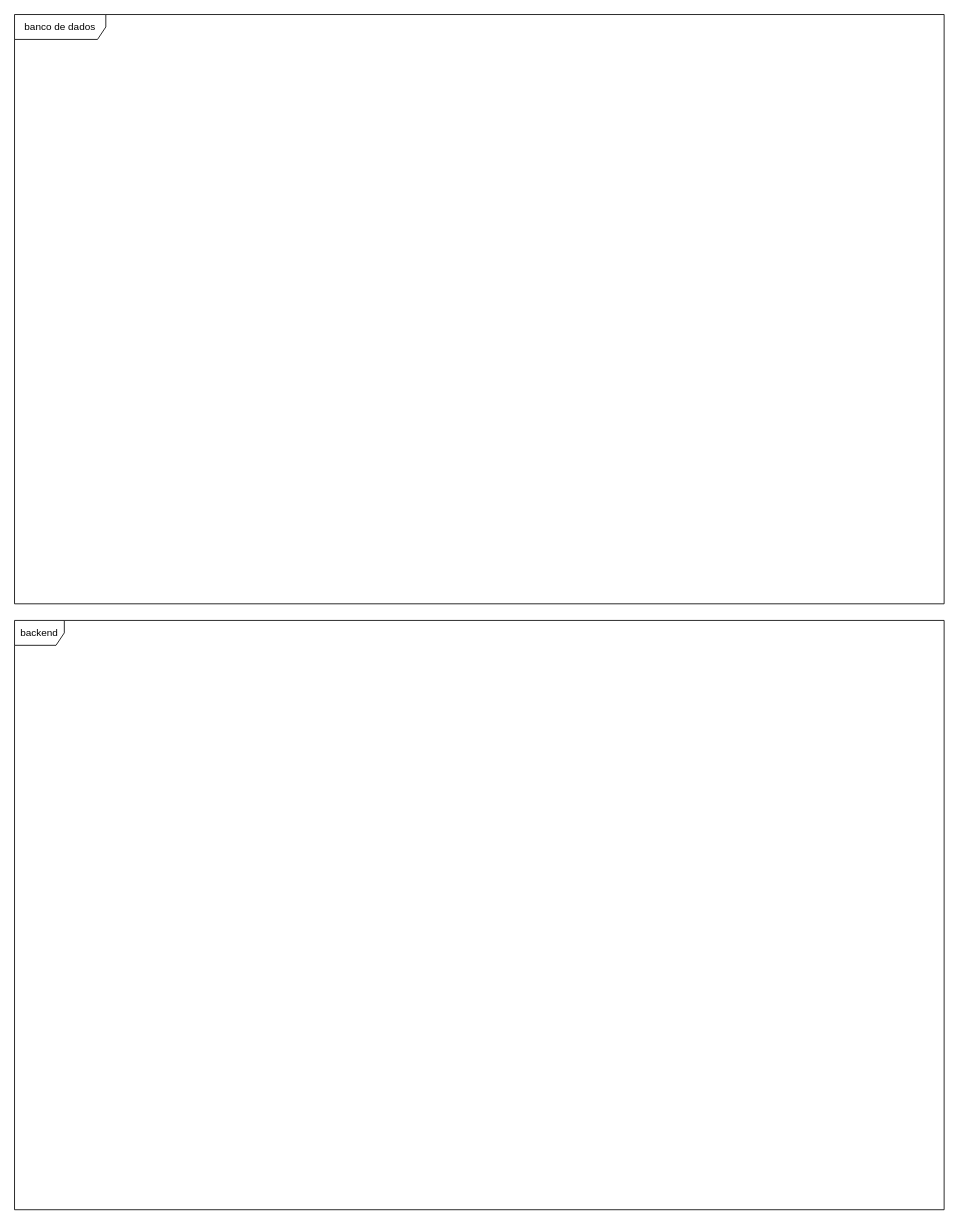
Above: page "EQ4" (4 of 8) of equipes.drawio in hannaBanannaOF/entra21-git-inicio (draw.io), before the change. Source tidied: cells renumbered, new cells numbered last; positions are measured from the earlier drawing's top-left corner, leaving out a move shared by most shapes. Both pictures are drawn from the tidied source at 83%, with x=0, y=0 at pixel (14, 14).
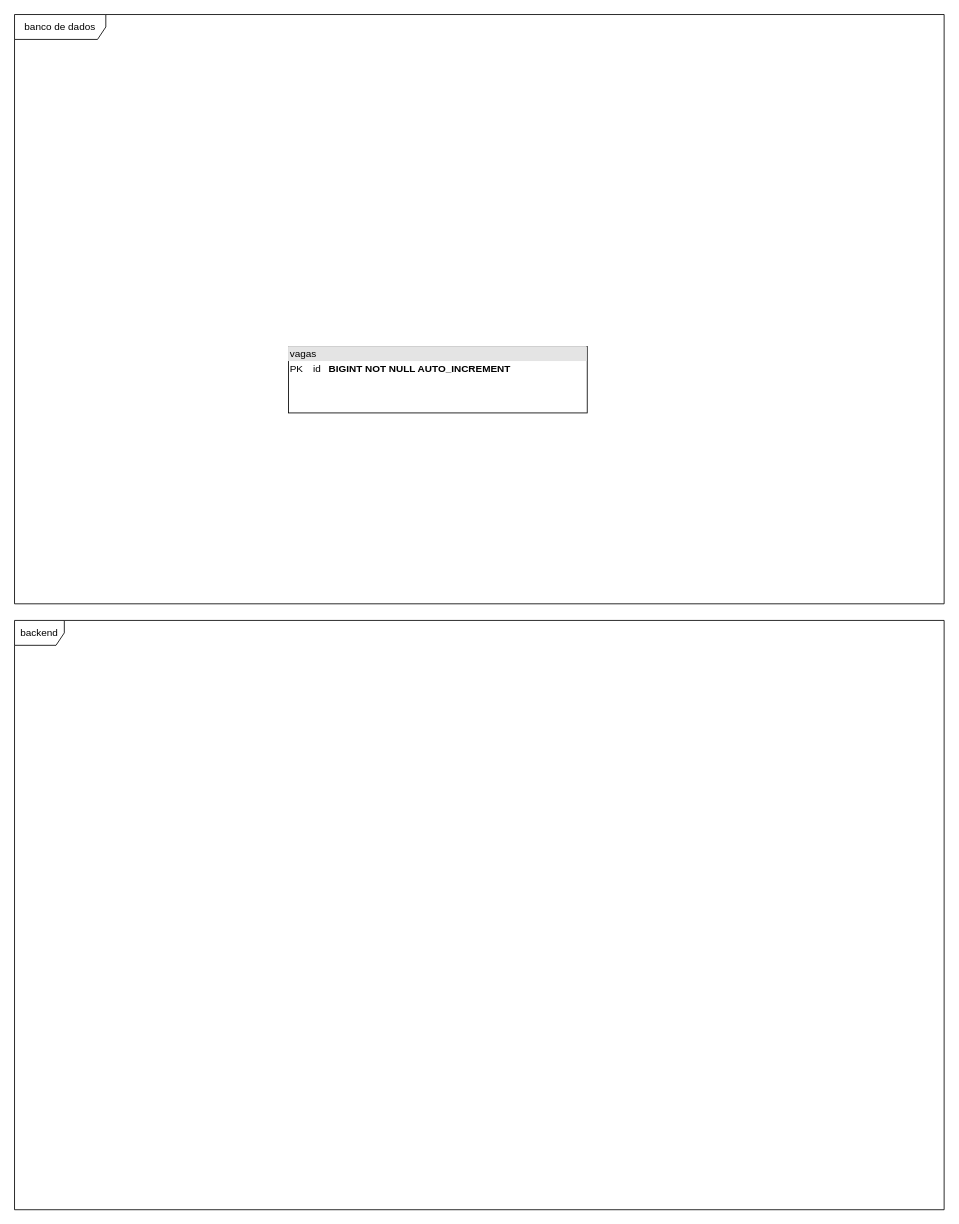
The same page after the edit.

What changed in the source:
```diff
@@
 <mxGraphModel>
   <root>
     <mxCell id="0" />
     <mxCell id="1" parent="0" />
     <mxCell id="2" value="banco de dados" style="shape=umlFrame;whiteSpace=wrap;html=1;width=110;height=30;" parent="1" vertex="1">
       <mxGeometry width="1120" height="710" as="geometry" />
     </mxCell>
     <mxCell id="3" value="backend" style="shape=umlFrame;whiteSpace=wrap;html=1;" parent="1" vertex="1">
       <mxGeometry y="730" width="1120" height="710" as="geometry" />
     </mxCell>
+    <mxCell id="4" value="&lt;div style=&quot;box-sizing:border-box;width:100%;background:#e4e4e4;padding:2px;&quot;&gt;vagas&lt;/div&gt;&lt;table style=&quot;width:100%;font-size:1em;&quot; cellpadding=&quot;2&quot; cellspacing=&quot;0&quot;&gt;&lt;tbody&gt;&lt;tr&gt;&lt;td&gt;PK&lt;/td&gt;&lt;td&gt;id&lt;/td&gt;&lt;td&gt;&lt;b&gt;BIGINT&lt;/b&gt;&amp;nbsp;&lt;b&gt;NOT NULL AUTO_INCREMENT&lt;/b&gt;&lt;br&gt;&lt;/td&gt;&lt;/tr&gt;&lt;tr&gt;&lt;td&gt;&lt;br&gt;&lt;/td&gt;&lt;td&gt;&lt;br&gt;&lt;/td&gt;&lt;td&gt;&lt;br&gt;&lt;/td&gt;&lt;/tr&gt;&lt;/tbody&gt;&lt;/table&gt;" style="verticalAlign=top;align=left;overflow=fill;html=1;" parent="1" vertex="1">
+      <mxGeometry x="330" y="400" width="360" height="80" as="geometry" />
+    </mxCell>
   </root>
 </mxGraphModel>
```
